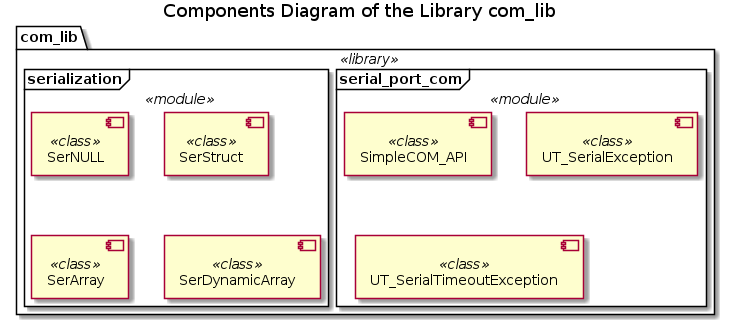
This is Documentation/UML/com_lib_components.png from FooBarShebang/com_lib, a PlantUML export, as it was before one commit.
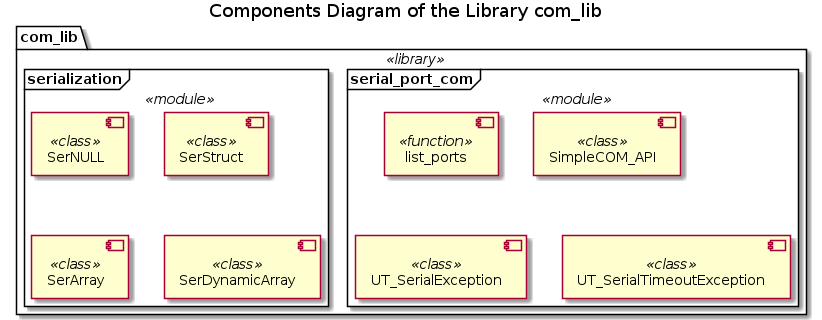
After the change.

The edit, as a diff of the source:
```diff
@@ -8,6 +8,7 @@
 
 $library(com_lib) {
     $module(serial_port_com) {
+        $function(list_ports)
         $class(SimpleCOM_API)
         $class(UT_SerialException)
         $class(UT_SerialTimeoutException)
```
